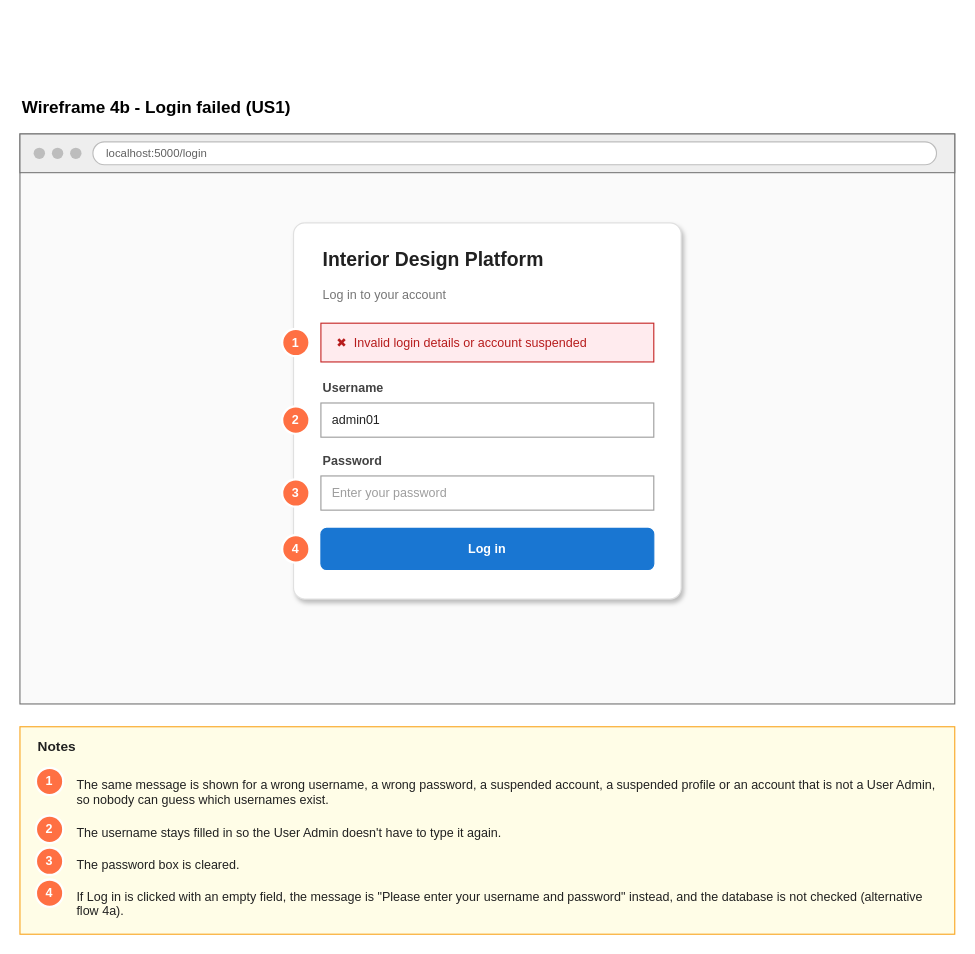
Earlier version of the draw.io diagram page "4b Wireframe - Login failed" (3 of 6) of Sprint_1/US1 - Log in/US1 Log in.drawio (Hanzxc/CSIT314-ARCHSS). Source tidied: cells renumbered, new cells numbered last; positions are measured from the earlier drawing's top-left corner, leaving out a move shared by most shapes. Both pictures are drawn from the tidied source at 114%, with x=0, y=0 at pixel (19, 92).
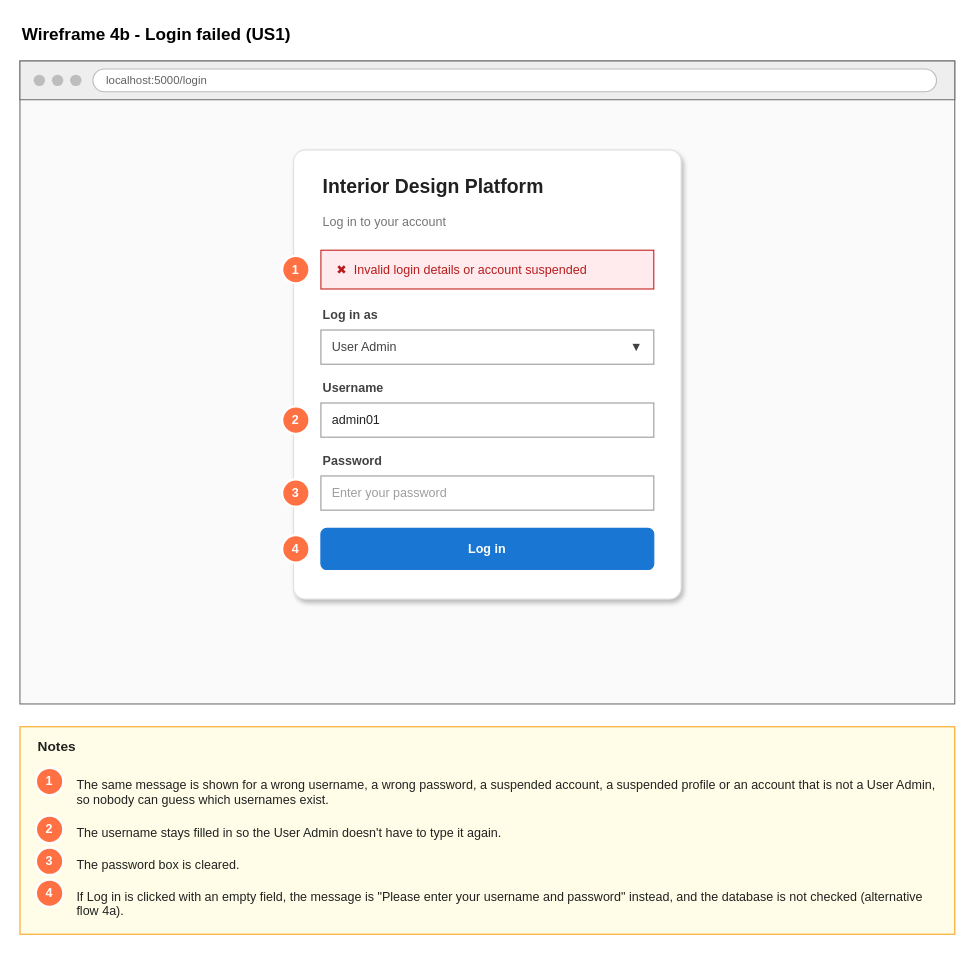
The same diagram, later.

What changed in the source:
```diff
@@
     <mxCell id="2" value="&lt;b&gt;Wireframe 4b - Login failed (US1)&lt;/b&gt;" style="text;html=1;strokeColor=none;fillColor=none;align=left;verticalAlign=middle;whiteSpace=nowrap;fontSize=15;fontColor=#000000;" parent="1" vertex="1">
-      <mxGeometry width="286" height="24" as="geometry" />
+      <mxGeometry y="-64" width="286" height="24" as="geometry" />
     </mxCell>
     <mxCell id="3" style="rounded=0;whiteSpace=wrap;html=1;fillColor=#FFFFFF;strokeColor=#757575;fontSize=11;fontColor=#212121;align=center;" parent="1" vertex="1">
-      <mxGeometry y="36" width="820" height="500" as="geometry" />
+      <mxGeometry y="-28" width="820" height="564" as="geometry" />
     </mxCell>
     <mxCell id="4" style="rounded=0;whiteSpace=wrap;html=1;fillColor=#EEEEEE;strokeColor=#757575;fontSize=11;fontColor=#212121;align=center;" parent="1" vertex="1">
-      <mxGeometry y="36" width="820" height="34" as="geometry" />
+      <mxGeometry y="-28" width="820" height="34" as="geometry" />
     </mxCell>
     <mxCell id="5" style="ellipse;html=1;fillColor=#BDBDBD;strokeColor=none;" parent="1" vertex="1">
-      <mxGeometry x="12" y="48" width="10" height="10" as="geometry" />
+      <mxGeometry x="12" y="-16" width="10" height="10" as="geometry" />
     </mxCell>
     <mxCell id="6" style="ellipse;html=1;fillColor=#BDBDBD;strokeColor=none;" parent="1" vertex="1">
-      <mxGeometry x="28" y="48" width="10" height="10" as="geometry" />
+      <mxGeometry x="28" y="-16" width="10" height="10" as="geometry" />
     </mxCell>
     <mxCell id="7" style="ellipse;html=1;fillColor=#BDBDBD;strokeColor=none;" parent="1" vertex="1">
-      <mxGeometry x="44" y="48" width="10" height="10" as="geometry" />
+      <mxGeometry x="44" y="-16" width="10" height="10" as="geometry" />
     </mxCell>
     <mxCell id="8" value="localhost:5000/login" style="rounded=1;whiteSpace=wrap;html=1;fillColor=#FFFFFF;strokeColor=#BDBDBD;fontSize=10;fontColor=#616161;align=left;spacingLeft=10;arcSize=50;" parent="1" vertex="1">
-      <mxGeometry x="64" y="43" width="740" height="20" as="geometry" />
+      <mxGeometry x="64" y="-21" width="740" height="20" as="geometry" />
     </mxCell>
     <mxCell id="9" style="rounded=0;whiteSpace=wrap;html=1;fillColor=#FAFAFA;strokeColor=none;fontSize=11;fontColor=#212121;align=center;" parent="1" vertex="1">
-      <mxGeometry x="1" y="71" width="818" height="464" as="geometry" />
+      <mxGeometry x="1" y="7" width="818" height="528" as="geometry" />
     </mxCell>
     <mxCell id="10" style="rounded=1;whiteSpace=wrap;html=1;fillColor=#FFFFFF;strokeColor=#E0E0E0;fontSize=11;fontColor=#212121;align=center;arcSize=3;shadow=1;" parent="1" vertex="1">
-      <mxGeometry x="240" y="114" width="340" height="330" as="geometry" />
+      <mxGeometry x="240" y="50" width="340" height="394" as="geometry" />
     </mxCell>
     <mxCell id="11" value="Interior Design Platform" style="text;html=1;strokeColor=none;fillColor=none;align=left;verticalAlign=middle;whiteSpace=nowrap;fontSize=17;fontColor=#212121;spacingLeft=0;spacingRight=0;fontStyle=1;" parent="1" vertex="1">
-      <mxGeometry x="264" y="138" width="215" height="18" as="geometry" />
+      <mxGeometry x="264" y="74" width="215" height="18" as="geometry" />
     </mxCell>
     <mxCell id="12" value="Log in to your account" style="text;html=1;strokeColor=none;fillColor=none;align=left;verticalAlign=middle;whiteSpace=nowrap;fontSize=11;fontColor=#757575;spacingLeft=0;spacingRight=0;" parent="1" vertex="1">
-      <mxGeometry x="264" y="168" width="128" height="18" as="geometry" />
+      <mxGeometry x="264" y="104" width="128" height="18" as="geometry" />
     </mxCell>
     <mxCell id="13" value="✖&amp;nbsp;&amp;nbsp;Invalid login details or account suspended" style="rounded=0;whiteSpace=wrap;html=1;fillColor=#FFEBEE;strokeColor=#C62828;fontSize=11;fontColor=#B71C1C;align=left;spacingLeft=12;" parent="1" vertex="1">
-      <mxGeometry x="264" y="202" width="292" height="34" as="geometry" />
+      <mxGeometry x="264" y="138" width="292" height="34" as="geometry" />
     </mxCell>
@@
     <mxCell id="19" value="1" style="ellipse;whiteSpace=wrap;html=1;fillColor=#FF7043;strokeColor=#FFFFFF;strokeWidth=2;fontColor=#FFFFFF;fontStyle=1;fontSize=11;" parent="1" vertex="1">
-      <mxGeometry x="230" y="207" width="24" height="24" as="geometry" />
+      <mxGeometry x="230" y="143" width="24" height="24" as="geometry" />
     </mxCell>
@@
+    <mxCell id="33" value="Log in as" style="text;html=1;strokeColor=none;fillColor=none;align=left;verticalAlign=middle;whiteSpace=nowrap;fontSize=11;fontColor=#424242;spacingLeft=0;spacingRight=0;fontStyle=1;" parent="1" vertex="1">
+      <mxGeometry x="264" y="186" width="68" height="18" as="geometry" />
+    </mxCell>
+    <mxCell id="34" value="User Admin" style="rounded=0;whiteSpace=wrap;html=1;fillColor=#FFFFFF;strokeColor=#9E9E9E;fontSize=11;fontColor=#424242;align=left;spacingLeft=8;spacingRight=8;" parent="1" vertex="1">
+      <mxGeometry x="264" y="208" width="292" height="30" as="geometry" />
+    </mxCell>
+    <mxCell id="35" value="▼" style="rounded=0;whiteSpace=wrap;html=1;fillColor=none;strokeColor=none;fontSize=11;fontColor=#424242;align=center;spacingLeft=8;spacingRight=8;" parent="1" vertex="1">
+      <mxGeometry x="532" y="208" width="18" height="30" as="geometry" />
+    </mxCell>
```
